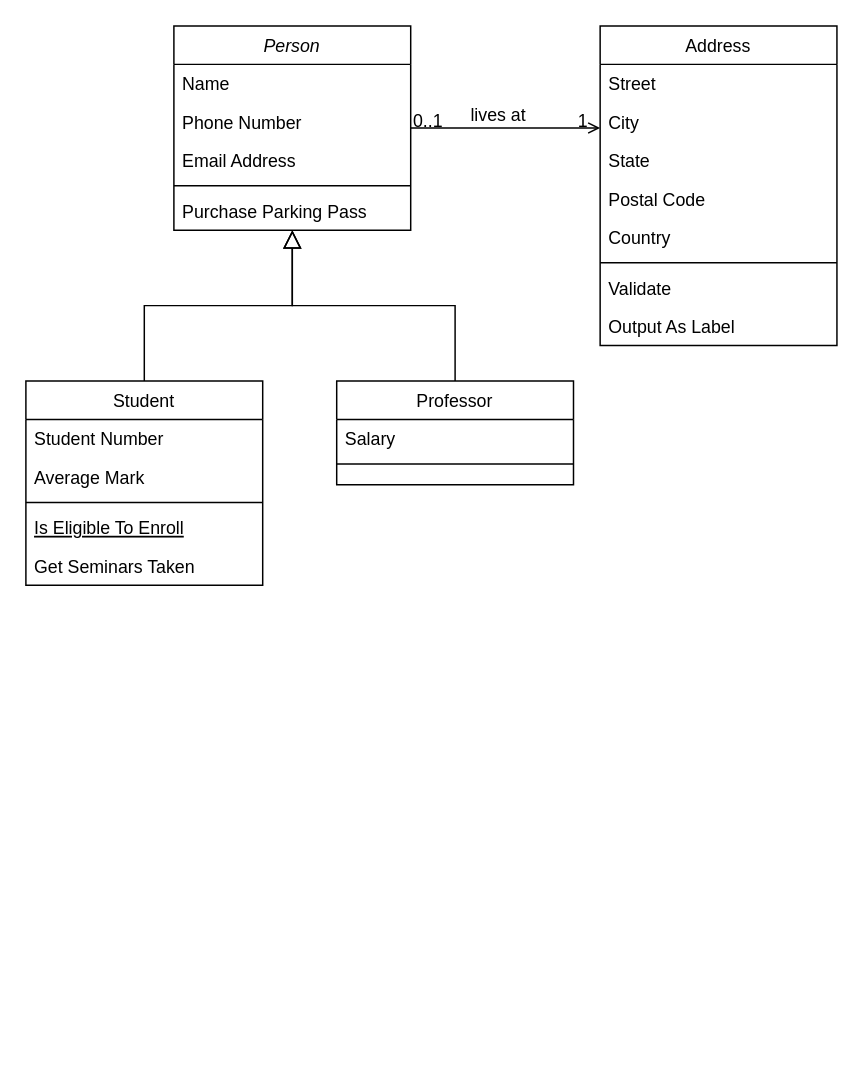
Earlier version of the draw.io diagram 未命名绘图.drawio (WatchAnt/for_draw.io). Source tidied: cells renumbered, new cells numbered last; positions are measured from the earlier drawing's top-left corner, leaving out a move shared by most shapes. Both pictures are drawn from the tidied source at 148%, with x=0, y=0 at pixel (25, 25).
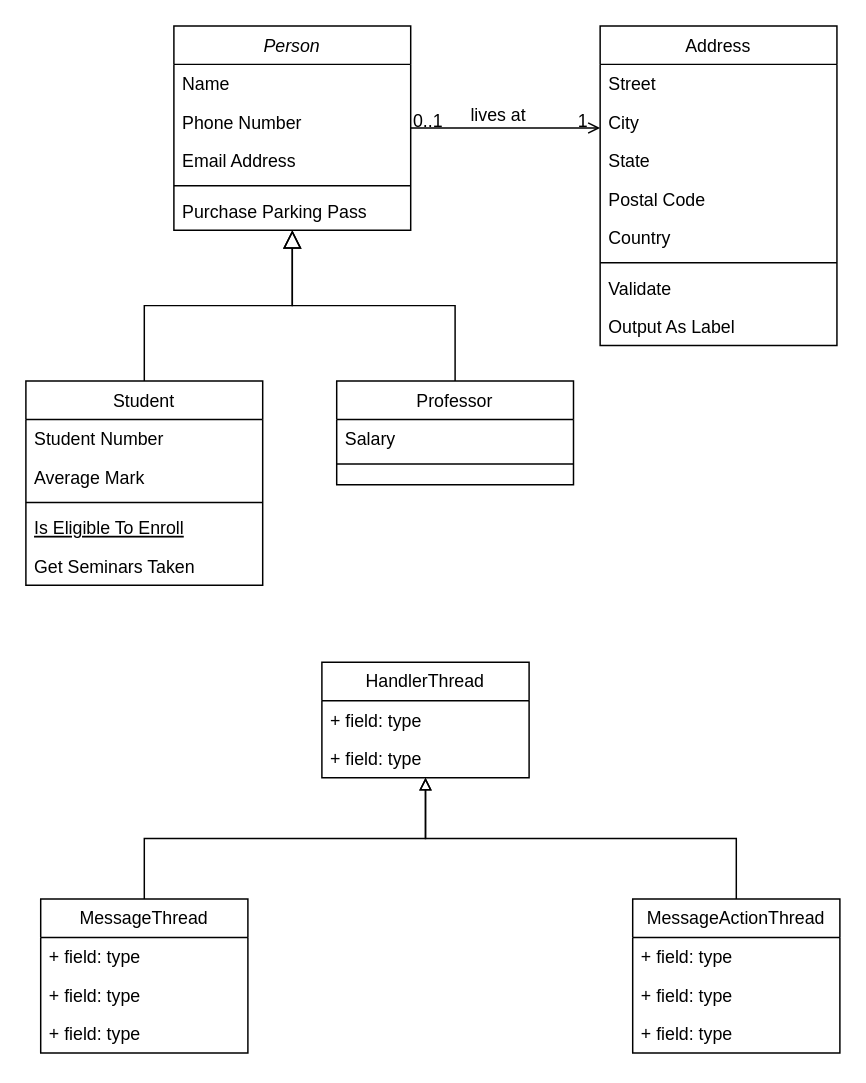
Above is the later version.

Diff of the diagram source:
```diff
@@
+    <mxCell id="32" value="HandlerThread" style="swimlane;fontStyle=0;horizontal=1;startSize=26;fillColor=none;whiteSpace=wrap;html=1;" parent="1" vertex="1">
+      <mxGeometry x="200" y="430" width="140" height="78" as="geometry" />
+    </mxCell>
+    <mxCell id="33" value="+ field: type" style="text;strokeColor=none;fillColor=none;align=left;verticalAlign=top;spacingLeft=4;spacingRight=4;overflow=hidden;whiteSpace=wrap;html=1;" parent="32" vertex="1">
+      <mxGeometry y="26" width="140" height="26" as="geometry" />
+    </mxCell>
+    <mxCell id="34" value="+ field: type" style="text;strokeColor=none;fillColor=none;align=left;verticalAlign=top;spacingLeft=4;spacingRight=4;overflow=hidden;whiteSpace=wrap;html=1;" parent="32" vertex="1">
+      <mxGeometry y="52" width="140" height="26" as="geometry" />
+    </mxCell>
+    <mxCell id="35" style="edgeStyle=orthogonalEdgeStyle;rounded=0;jettySize=auto;html=1;exitX=0.5;exitY=0;exitDx=0;exitDy=0;endArrow=block;endFill=0;" parent="1" edge="1" source="36" target="32">
+      <mxGeometry relative="1" as="geometry" />
+    </mxCell>
+    <mxCell id="36" value="MessageThread" style="swimlane;fontStyle=0;horizontal=1;startSize=26;fillColor=none;whiteSpace=wrap;html=1;" parent="1" vertex="1">
+      <mxGeometry x="10" y="590" width="140" height="104" as="geometry" />
+    </mxCell>
+    <mxCell id="37" value="+ field: type" style="text;strokeColor=none;fillColor=none;align=left;verticalAlign=top;spacingLeft=4;spacingRight=4;overflow=hidden;whiteSpace=wrap;html=1;" parent="36" vertex="1">
+      <mxGeometry y="26" width="140" height="26" as="geometry" />
+    </mxCell>
+    <mxCell id="38" value="+ field: type" style="text;strokeColor=none;fillColor=none;align=left;verticalAlign=top;spacingLeft=4;spacingRight=4;overflow=hidden;whiteSpace=wrap;html=1;" parent="36" vertex="1">
+      <mxGeometry y="52" width="140" height="26" as="geometry" />
+    </mxCell>
+    <mxCell id="39" value="+ field: type" style="text;strokeColor=none;fillColor=none;align=left;verticalAlign=top;spacingLeft=4;spacingRight=4;overflow=hidden;whiteSpace=wrap;html=1;" parent="36" vertex="1">
+      <mxGeometry y="78" width="140" height="26" as="geometry" />
+    </mxCell>
+    <mxCell id="40" style="edgeStyle=orthogonalEdgeStyle;rounded=0;jettySize=auto;html=1;exitX=0.5;exitY=0;exitDx=0;exitDy=0;endArrow=block;endFill=0;" parent="1" edge="1" source="41" target="32">
+      <mxGeometry relative="1" as="geometry" />
+    </mxCell>
+    <mxCell id="41" value="MessageActionThread" style="swimlane;fontStyle=0;horizontal=1;startSize=26;fillColor=none;whiteSpace=wrap;html=1;" parent="1" vertex="1">
+      <mxGeometry x="410" y="590" width="140" height="104" as="geometry" />
+    </mxCell>
+    <mxCell id="42" value="+ field: type" style="text;strokeColor=none;fillColor=none;align=left;verticalAlign=top;spacingLeft=4;spacingRight=4;overflow=hidden;whiteSpace=wrap;html=1;" parent="41" vertex="1">
+      <mxGeometry y="26" width="140" height="26" as="geometry" />
+    </mxCell>
+    <mxCell id="43" value="+ field: type" style="text;strokeColor=none;fillColor=none;align=left;verticalAlign=top;spacingLeft=4;spacingRight=4;overflow=hidden;whiteSpace=wrap;html=1;" parent="41" vertex="1">
+      <mxGeometry y="52" width="140" height="26" as="geometry" />
+    </mxCell>
+    <mxCell id="44" value="+ field: type" style="text;strokeColor=none;fillColor=none;align=left;verticalAlign=top;spacingLeft=4;spacingRight=4;overflow=hidden;whiteSpace=wrap;html=1;" parent="41" vertex="1">
+      <mxGeometry y="78" width="140" height="26" as="geometry" />
+    </mxCell>
```
